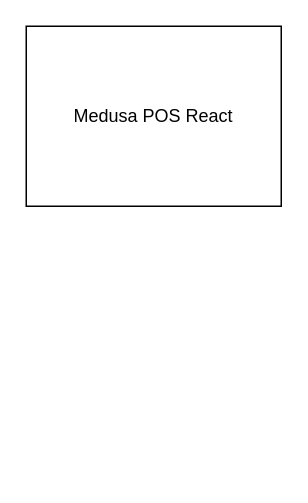
The draw.io diagram medusa-pos-react.drawio in pavlotsyhanok/medusa-pos-react, before the edit. Source tidied: cells renumbered, new cells numbered last; positions are measured from the earlier drawing's top-left corner, leaving out a move shared by most shapes. Both pictures are drawn from the tidied source at 150%, with x=0, y=0 at pixel (26, 26).
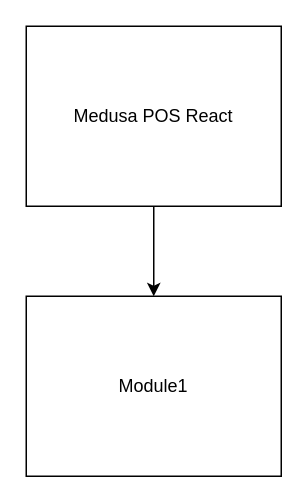
The same diagram, later.

What changed in the source:
```diff
@@
 <mxGraphModel>
   <root>
     <mxCell id="0" />
     <mxCell id="1" parent="0" />
+    <mxCell id="3" style="edgeStyle=orthogonalEdgeStyle;rounded=0;jettySize=auto;html=1;" parent="1" edge="1" source="2" target="4">
+      <mxGeometry relative="1" as="geometry" />
+    </mxCell>
     <mxCell id="2" value="Medusa POS React" style="rounded=0;whiteSpace=wrap;html=1;" parent="1" vertex="1">
       <mxGeometry width="170" height="120" as="geometry" />
     </mxCell>
+    <mxCell id="4" value="Module1" style="rounded=0;whiteSpace=wrap;html=1;" parent="1" vertex="1">
+      <mxGeometry y="180" width="170" height="120" as="geometry" />
+    </mxCell>
   </root>
 </mxGraphModel>
```
